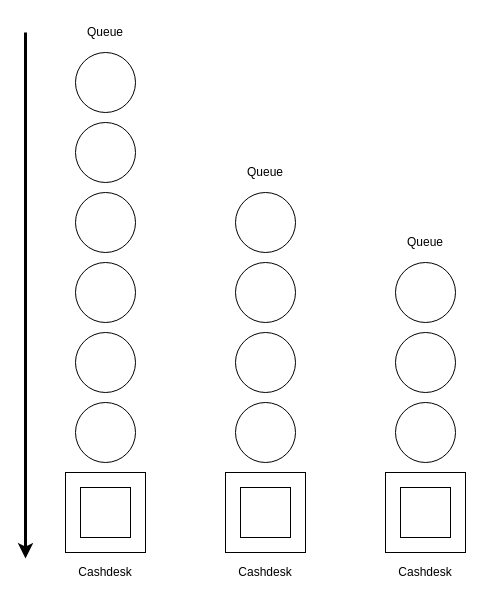
AuPath/Supermarket-Checkout-Simulation keeps this draw.io diagram as doc/report/images/parallel-queues.drawio. Above is the earlier version. Source tidied: cells renumbered, new cells numbered last; positions are measured from the earlier drawing's top-left corner, leaving out a move shared by most shapes. Both pictures are drawn from the tidied source at 100%, with x=0, y=0 at pixel (25, 22).
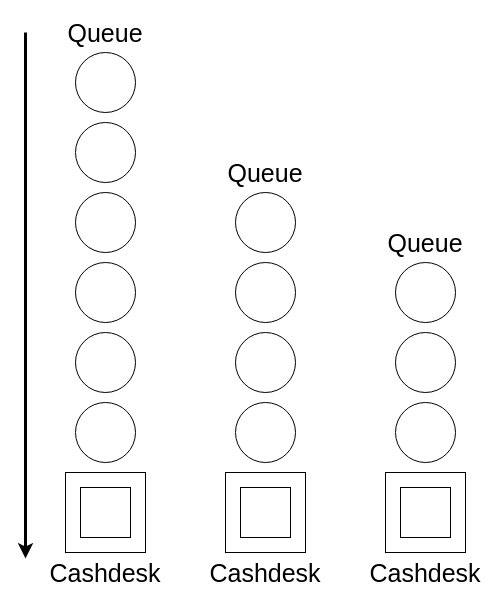
The same page after the edit.

Change to the diagram source:
```diff
@@
-    <mxCell id="22" value="Cashdesk" style="text;html=1;strokeColor=none;fillColor=none;align=center;verticalAlign=middle;whiteSpace=wrap;rounded=0;" parent="1" vertex="1">
+    <mxCell id="22" value="Cashdesk" style="text;html=1;strokeColor=none;fillColor=none;align=center;verticalAlign=middle;whiteSpace=wrap;rounded=0;fontSize=25;" parent="1" vertex="1">
       <mxGeometry x="60" y="540" width="40" height="20" as="geometry" />
     </mxCell>
-    <mxCell id="23" value="Cashdesk" style="text;html=1;strokeColor=none;fillColor=none;align=center;verticalAlign=middle;whiteSpace=wrap;rounded=0;" parent="1" vertex="1">
-      <mxGeometry x="220" y="540" width="40" height="20" as="geometry" />
-    </mxCell>
-    <mxCell id="24" value="Cashdesk" style="text;html=1;strokeColor=none;fillColor=none;align=center;verticalAlign=middle;whiteSpace=wrap;rounded=0;" parent="1" vertex="1">
-      <mxGeometry x="380" y="540" width="40" height="20" as="geometry" />
-    </mxCell>
-    <mxCell id="25" value="Queue" style="text;html=1;strokeColor=none;fillColor=none;align=center;verticalAlign=middle;whiteSpace=wrap;rounded=0;" parent="1" vertex="1">
-      <mxGeometry x="220" y="140" width="40" height="20" as="geometry" />
-    </mxCell>
-    <mxCell id="26" value="Queue" style="text;html=1;strokeColor=none;fillColor=none;align=center;verticalAlign=middle;whiteSpace=wrap;rounded=0;" parent="1" vertex="1">
-      <mxGeometry x="380" y="210" width="40" height="20" as="geometry" />
-    </mxCell>
-    <mxCell id="27" value="Queue" style="text;html=1;strokeColor=none;fillColor=none;align=center;verticalAlign=middle;whiteSpace=wrap;rounded=0;" parent="1" vertex="1">
+    <mxCell id="27" value="Queue" style="text;html=1;strokeColor=none;fillColor=none;align=center;verticalAlign=middle;whiteSpace=wrap;rounded=0;fontSize=25;" parent="1" vertex="1">
       <mxGeometry x="60" width="40" height="20" as="geometry" />
     </mxCell>
+    <mxCell id="28" value="Queue" style="text;html=1;strokeColor=none;fillColor=none;align=center;verticalAlign=middle;whiteSpace=wrap;rounded=0;fontSize=25;" parent="1" vertex="1">
+      <mxGeometry x="220" y="140" width="40" height="20" as="geometry" />
+    </mxCell>
+    <mxCell id="29" value="Queue" style="text;html=1;strokeColor=none;fillColor=none;align=center;verticalAlign=middle;whiteSpace=wrap;rounded=0;fontSize=25;" parent="1" vertex="1">
+      <mxGeometry x="380" y="210" width="40" height="20" as="geometry" />
+    </mxCell>
+    <mxCell id="30" value="Cashdesk" style="text;html=1;strokeColor=none;fillColor=none;align=center;verticalAlign=middle;whiteSpace=wrap;rounded=0;fontSize=25;" parent="1" vertex="1">
+      <mxGeometry x="220" y="540" width="40" height="20" as="geometry" />
+    </mxCell>
+    <mxCell id="31" value="Cashdesk" style="text;html=1;strokeColor=none;fillColor=none;align=center;verticalAlign=middle;whiteSpace=wrap;rounded=0;fontSize=25;" parent="1" vertex="1">
+      <mxGeometry x="380" y="540" width="40" height="20" as="geometry" />
+    </mxCell>
```
